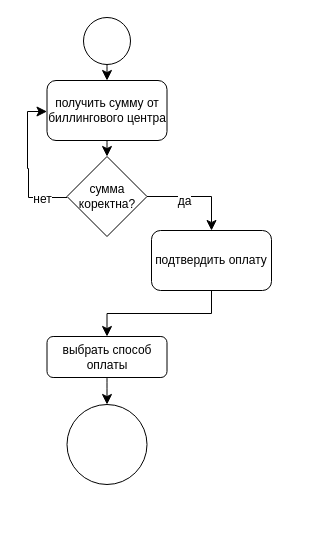
This is page "Страница-2" (2 of 2) of lab1/diagrams/activity.drawio from akulchikVS/visual-programming-labs-akulchik, a draw.io file, before an edit. Source tidied: cells renumbered, new cells numbered last; positions are measured from the earlier drawing's top-left corner, leaving out a move shared by most shapes. Both pictures are drawn from the tidied source at 100%, with x=0, y=0 at pixel (27, 17).
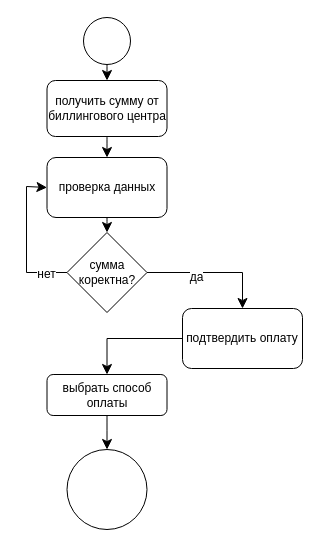
Above is the later version.

Commit message (it also covers changes not shown here):
Update UML Activity: add minor element

The edit, as a diff of the source:
```diff
@@
 <mxGraphModel>
   <root>
     <mxCell id="0" />
     <mxCell id="1" parent="0" />
     <mxCell id="2" style="edgeStyle=none;curved=1;rounded=0;jettySize=auto;html=1;entryX=0.5;entryY=0;entryDx=0;entryDy=0;fontSize=12;startSize=8;endSize=8;" parent="1" edge="1" source="3" target="5">
       <mxGeometry relative="1" as="geometry" />
     </mxCell>
     <mxCell id="3" style="ellipse;whiteSpace=wrap;html=1;" parent="1" vertex="1">
       <mxGeometry x="56" width="47" height="47" as="geometry" />
     </mxCell>
-    <mxCell id="4" style="edgeStyle=none;curved=1;rounded=0;jettySize=auto;html=1;entryX=0.5;entryY=0;entryDx=0;entryDy=0;fontSize=12;startSize=8;endSize=8;" parent="1" edge="1" source="5" target="10">
-      <mxGeometry relative="1" as="geometry" />
-    </mxCell>
+    <mxCell id="16" style="edgeStyle=none;curved=1;rounded=0;jettySize=auto;html=1;entryX=0.5;entryY=0;entryDx=0;entryDy=0;fontSize=12;startSize=8;endSize=8;" parent="1" edge="1" source="5" target="19">
+      <mxGeometry relative="1" as="geometry" />
+    </mxCell>
     <mxCell id="5" value="получить сумму от биллингового центра" style="rounded=1;whiteSpace=wrap;html=1;" parent="1" vertex="1">
-      <mxGeometry x="19.5" y="63" width="120" height="60" as="geometry" />
+      <mxGeometry x="19.5" y="63" width="120" height="56" as="geometry" />
     </mxCell>
     <mxCell id="6" style="edgeStyle=orthogonalEdgeStyle;rounded=0;jettySize=auto;html=1;entryX=0.5;entryY=0;entryDx=0;entryDy=0;fontSize=12;startSize=8;endSize=8;" parent="1" edge="1" source="10" target="12">
       <mxGeometry relative="1" as="geometry" />
     </mxCell>
     <mxCell id="7" value="да" style="edgeLabel;html=1;align=center;verticalAlign=middle;fontSize=12;" parent="6" vertex="1">
       <mxGeometry x="-0.25" y="-4" relative="1" as="geometry" />
     </mxCell>
-    <mxCell id="8" style="edgeStyle=orthogonalEdgeStyle;rounded=0;orthogonalLoop=1;jettySize=auto;html=1;entryX=0;entryY=0.5;entryDx=0;entryDy=0;fontSize=12;startSize=8;endSize=8;" parent="1" edge="1">
-      <mxGeometry relative="1" as="geometry">
-        <mxPoint x="39.5" y="180" as="sourcePoint" />
-        <mxPoint x="19.5" y="94" as="targetPoint" />
-        <Array as="points">
-          <mxPoint x="1" y="180" />
-          <mxPoint x="1" y="151" />
-          <mxPoint y="151" />
-          <mxPoint y="94" />
-        </Array>
-      </mxGeometry>
-    </mxCell>
+    <mxCell id="17" style="edgeStyle=orthogonalEdgeStyle;rounded=0;jettySize=auto;html=1;entryX=0;entryY=0.5;entryDx=0;entryDy=0;fontSize=12;startSize=8;endSize=8;" parent="1" edge="1" source="10" target="19">
+      <mxGeometry relative="1" as="geometry">
+        <Array as="points">
+          <mxPoint x="-1" y="255" />
+          <mxPoint x="-1" y="169" />
+        </Array>
+      </mxGeometry>
+    </mxCell>
-    <mxCell id="9" value="нет" style="edgeLabel;html=1;align=center;verticalAlign=middle;fontSize=12;" parent="8" vertex="1">
-      <mxGeometry x="-0.66" y="1" relative="1" as="geometry" />
+    <mxCell id="9" value="нет" style="edgeLabel;html=1;align=center;verticalAlign=middle;fontSize=12;" parent="17" vertex="1">
+      <mxGeometry x="-0.71" y="1" relative="1" as="geometry" />
     </mxCell>
     <mxCell id="10" value="сумма коректна?" style="rhombus;whiteSpace=wrap;html=1;" parent="1" vertex="1">
-      <mxGeometry x="39.5" y="139" width="80" height="80" as="geometry" />
+      <mxGeometry x="39.5" y="215" width="80" height="80" as="geometry" />
     </mxCell>
     <mxCell id="11" style="edgeStyle=orthogonalEdgeStyle;rounded=0;jettySize=auto;html=1;entryX=0.5;entryY=0;entryDx=0;entryDy=0;fontSize=12;startSize=8;endSize=8;" parent="1" edge="1" source="12" target="14">
       <mxGeometry relative="1" as="geometry" />
     </mxCell>
     <mxCell id="12" value="подтвердить оплату" style="rounded=1;whiteSpace=wrap;html=1;" parent="1" vertex="1">
-      <mxGeometry x="124" y="213" width="120" height="60" as="geometry" />
+      <mxGeometry x="155" y="291" width="120" height="60" as="geometry" />
     </mxCell>
     <mxCell id="13" style="edgeStyle=none;curved=1;rounded=0;jettySize=auto;html=1;entryX=0.5;entryY=0;entryDx=0;entryDy=0;fontSize=12;startSize=8;endSize=8;" parent="1" edge="1" source="14" target="15">
       <mxGeometry relative="1" as="geometry" />
     </mxCell>
     <mxCell id="14" value="выбрать способ оплаты" style="rounded=1;whiteSpace=wrap;html=1;" parent="1" vertex="1">
-      <mxGeometry x="19.5" y="319" width="120" height="41" as="geometry" />
+      <mxGeometry x="19.5" y="357" width="120" height="41" as="geometry" />
     </mxCell>
     <mxCell id="15" style="ellipse;whiteSpace=wrap;html=1;" parent="1" vertex="1">
-      <mxGeometry x="39.5" y="387" width="80" height="80" as="geometry" />
+      <mxGeometry x="39.5" y="432" width="80" height="80" as="geometry" />
     </mxCell>
+    <mxCell id="18" style="edgeStyle=none;curved=1;rounded=0;jettySize=auto;html=1;entryX=0.5;entryY=0;entryDx=0;entryDy=0;fontSize=12;startSize=8;endSize=8;" parent="1" edge="1" source="19" target="10">
+      <mxGeometry relative="1" as="geometry" />
+    </mxCell>
+    <mxCell id="19" value="проверка данных" style="rounded=1;whiteSpace=wrap;html=1;" parent="1" vertex="1">
+      <mxGeometry x="19.5" y="140" width="120" height="60" as="geometry" />
+    </mxCell>
   </root>
 </mxGraphModel>
```
